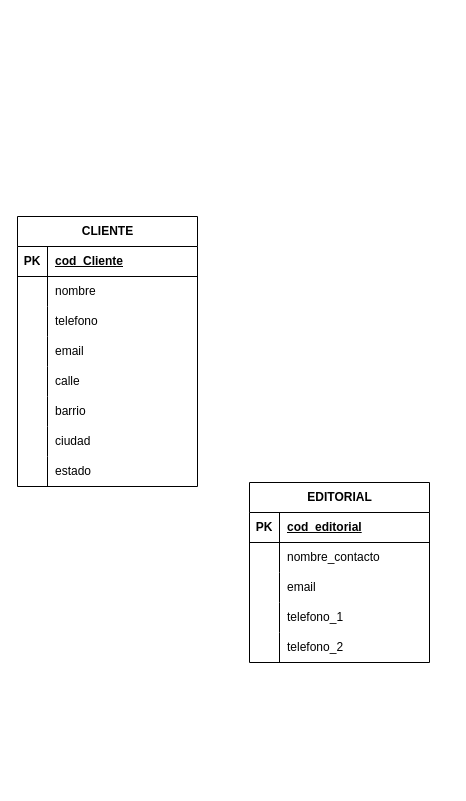
The draw.io diagram modelo logico.drawio in lucaperez123/CursoAlura, before the edit. Source tidied: cells renumbered, new cells numbered last; positions are measured from the earlier drawing's top-left corner, leaving out a move shared by most shapes. Both pictures are drawn from the tidied source at 100%, with x=0, y=0 at pixel (17, 216).
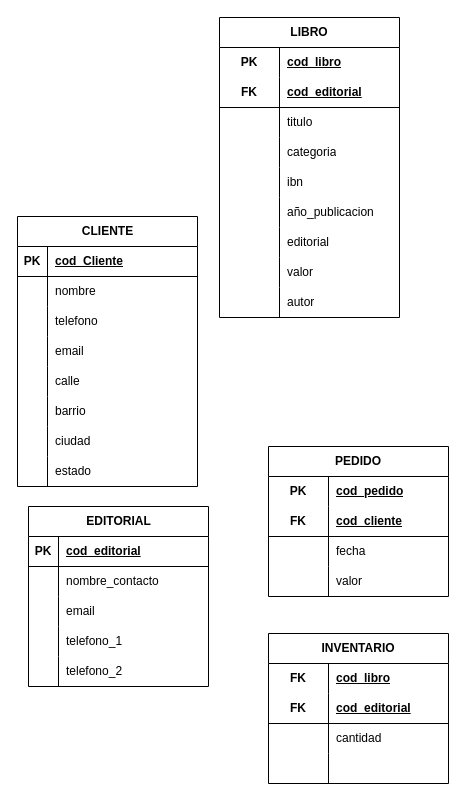
The same diagram, later.

Commit message:
CREAMOS LAS ENTIDADES DEBILES

Diff of the diagram source:
```diff
@@
     <mxCell id="27" value="EDITORIAL" style="shape=table;startSize=30;childLayout=tableLayout;rowLines=0;fontStyle=1;align=center;html=1;" parent="1" vertex="1">
-      <mxGeometry x="232" y="266" width="180" height="180" as="geometry" />
+      <mxGeometry x="11" y="290" width="180" height="180" as="geometry" />
     </mxCell>
@@
+    <mxCell id="43" value="PEDIDO" style="shape=table;startSize=30;childLayout=tableLayout;rowLines=0;fontStyle=1;align=center;html=1;whiteSpace=wrap;" parent="1" vertex="1">
+      <mxGeometry x="251" y="230" width="180" height="150" as="geometry" />
+    </mxCell>
+    <mxCell id="44" style="shape=tableRow;horizontal=0;startSize=0;swimlaneHead=0;swimlaneBody=0;fillColor=none;top=0;left=0;right=0;bottom=0;html=1;" parent="43" vertex="1">
+      <mxGeometry y="30" width="180" height="30" as="geometry" />
+    </mxCell>
+    <mxCell id="45" value="PK" style="shape=partialRectangle;fillColor=none;top=0;left=0;bottom=0;right=0;fontStyle=1;overflow=hidden;html=1;whiteSpace=wrap;" parent="44" vertex="1">
+      <mxGeometry width="60" height="30" as="geometry" />
+    </mxCell>
+    <mxCell id="46" value="cod_pedido" style="shape=partialRectangle;fillColor=none;top=0;left=0;bottom=0;right=0;align=left;spacingLeft=6;fontStyle=5;overflow=hidden;html=1;whiteSpace=wrap;" parent="44" vertex="1">
+      <mxGeometry x="60" width="120" height="30" as="geometry" />
+    </mxCell>
+    <mxCell id="47" style="shape=tableRow;horizontal=0;startSize=0;swimlaneHead=0;swimlaneBody=0;fillColor=none;top=0;left=0;right=0;bottom=1;html=1;" parent="43" vertex="1">
+      <mxGeometry y="60" width="180" height="30" as="geometry" />
+    </mxCell>
+    <mxCell id="48" value="FK" style="shape=partialRectangle;fillColor=none;top=0;left=0;bottom=0;right=0;fontStyle=1;overflow=hidden;html=1;whiteSpace=wrap;" parent="47" vertex="1">
+      <mxGeometry width="60" height="30" as="geometry" />
+    </mxCell>
+    <mxCell id="49" value="cod_cliente" style="shape=partialRectangle;fillColor=none;top=0;left=0;bottom=0;right=0;align=left;spacingLeft=6;fontStyle=5;overflow=hidden;html=1;whiteSpace=wrap;" parent="47" vertex="1">
+      <mxGeometry x="60" width="120" height="30" as="geometry" />
+    </mxCell>
+    <mxCell id="50" style="shape=tableRow;horizontal=0;startSize=0;swimlaneHead=0;swimlaneBody=0;fillColor=none;top=0;left=0;right=0;bottom=0;html=1;" parent="43" vertex="1">
+      <mxGeometry y="90" width="180" height="30" as="geometry" />
+    </mxCell>
+    <mxCell id="51" style="shape=partialRectangle;fillColor=none;top=0;left=0;bottom=0;right=0;overflow=hidden;html=1;whiteSpace=wrap;" parent="50" vertex="1">
+      <mxGeometry width="60" height="30" as="geometry" />
+    </mxCell>
+    <mxCell id="52" value="fecha&amp;nbsp;" style="shape=partialRectangle;fillColor=none;top=0;left=0;bottom=0;right=0;align=left;spacingLeft=6;overflow=hidden;html=1;whiteSpace=wrap;" parent="50" vertex="1">
+      <mxGeometry x="60" width="120" height="30" as="geometry" />
+    </mxCell>
+    <mxCell id="53" style="shape=tableRow;horizontal=0;startSize=0;swimlaneHead=0;swimlaneBody=0;fillColor=none;top=0;left=0;right=0;bottom=0;html=1;" parent="43" vertex="1">
+      <mxGeometry y="120" width="180" height="30" as="geometry" />
+    </mxCell>
+    <mxCell id="54" style="shape=partialRectangle;fillColor=none;top=0;left=0;bottom=0;right=0;overflow=hidden;html=1;whiteSpace=wrap;" parent="53" vertex="1">
+      <mxGeometry width="60" height="30" as="geometry" />
+    </mxCell>
+    <mxCell id="55" value="valor" style="shape=partialRectangle;fillColor=none;top=0;left=0;bottom=0;right=0;align=left;spacingLeft=6;overflow=hidden;html=1;whiteSpace=wrap;" parent="53" vertex="1">
+      <mxGeometry x="60" width="120" height="30" as="geometry" />
+    </mxCell>
+    <mxCell id="56" value="LIBRO" style="shape=table;startSize=30;childLayout=tableLayout;rowLines=0;fontStyle=1;align=center;html=1;whiteSpace=wrap;" parent="1" vertex="1">
+      <mxGeometry x="202" y="-199" width="180" height="300" as="geometry" />
+    </mxCell>
+    <mxCell id="57" style="shape=tableRow;horizontal=0;startSize=0;swimlaneHead=0;swimlaneBody=0;fillColor=none;top=0;left=0;right=0;bottom=0;html=1;" parent="56" vertex="1">
+      <mxGeometry y="30" width="180" height="30" as="geometry" />
+    </mxCell>
+    <mxCell id="58" value="PK" style="shape=partialRectangle;fillColor=none;top=0;left=0;bottom=0;right=0;fontStyle=1;overflow=hidden;html=1;whiteSpace=wrap;" parent="57" vertex="1">
+      <mxGeometry width="60" height="30" as="geometry" />
+    </mxCell>
+    <mxCell id="59" value="cod_libro" style="shape=partialRectangle;fillColor=none;top=0;left=0;bottom=0;right=0;align=left;spacingLeft=6;fontStyle=5;overflow=hidden;html=1;whiteSpace=wrap;" parent="57" vertex="1">
+      <mxGeometry x="60" width="120" height="30" as="geometry" />
+    </mxCell>
+    <mxCell id="60" style="shape=tableRow;horizontal=0;startSize=0;swimlaneHead=0;swimlaneBody=0;fillColor=none;top=0;left=0;right=0;bottom=1;html=1;" parent="56" vertex="1">
+      <mxGeometry y="60" width="180" height="30" as="geometry" />
+    </mxCell>
+    <mxCell id="61" value="FK" style="shape=partialRectangle;fillColor=none;top=0;left=0;bottom=0;right=0;fontStyle=1;overflow=hidden;html=1;whiteSpace=wrap;" parent="60" vertex="1">
+      <mxGeometry width="60" height="30" as="geometry" />
+    </mxCell>
+    <mxCell id="62" value="cod_editorial" style="shape=partialRectangle;fillColor=none;top=0;left=0;bottom=0;right=0;align=left;spacingLeft=6;fontStyle=5;overflow=hidden;html=1;whiteSpace=wrap;" parent="60" vertex="1">
+      <mxGeometry x="60" width="120" height="30" as="geometry" />
+    </mxCell>
+    <mxCell id="63" style="shape=tableRow;horizontal=0;startSize=0;swimlaneHead=0;swimlaneBody=0;fillColor=none;top=0;left=0;right=0;bottom=0;html=1;" parent="56" vertex="1">
+      <mxGeometry y="90" width="180" height="30" as="geometry" />
+    </mxCell>
+    <mxCell id="64" style="shape=partialRectangle;fillColor=none;top=0;left=0;bottom=0;right=0;overflow=hidden;html=1;whiteSpace=wrap;" parent="63" vertex="1">
+      <mxGeometry width="60" height="30" as="geometry" />
+    </mxCell>
+    <mxCell id="65" value="titulo&lt;span style=&quot;white-space: pre;&quot;&gt;&#9;&lt;/span&gt;&lt;span style=&quot;white-space: pre;&quot;&gt;&#9;&lt;/span&gt;" style="shape=partialRectangle;fillColor=none;top=0;left=0;bottom=0;right=0;align=left;spacingLeft=6;overflow=hidden;html=1;whiteSpace=wrap;" parent="63" vertex="1">
+      <mxGeometry x="60" width="120" height="30" as="geometry" />
+    </mxCell>
+    <mxCell id="66" style="shape=tableRow;horizontal=0;startSize=0;swimlaneHead=0;swimlaneBody=0;fillColor=none;top=0;left=0;right=0;bottom=0;html=1;" parent="56" vertex="1">
+      <mxGeometry y="120" width="180" height="30" as="geometry" />
+    </mxCell>
+    <mxCell id="67" style="shape=partialRectangle;fillColor=none;top=0;left=0;bottom=0;right=0;overflow=hidden;html=1;whiteSpace=wrap;" parent="66" vertex="1">
+      <mxGeometry width="60" height="30" as="geometry" />
+    </mxCell>
+    <mxCell id="68" value="categoria" style="shape=partialRectangle;fillColor=none;top=0;left=0;bottom=0;right=0;align=left;spacingLeft=6;overflow=hidden;html=1;whiteSpace=wrap;" parent="66" vertex="1">
+      <mxGeometry x="60" width="120" height="30" as="geometry" />
+    </mxCell>
+    <mxCell id="69" style="shape=tableRow;horizontal=0;startSize=0;swimlaneHead=0;swimlaneBody=0;fillColor=none;top=0;left=0;right=0;bottom=0;html=1;" parent="56" vertex="1">
+      <mxGeometry y="150" width="180" height="30" as="geometry" />
+    </mxCell>
+    <mxCell id="70" style="shape=partialRectangle;fillColor=none;top=0;left=0;bottom=0;right=0;overflow=hidden;html=1;whiteSpace=wrap;" parent="69" vertex="1">
+      <mxGeometry width="60" height="30" as="geometry" />
+    </mxCell>
+    <mxCell id="71" value="ibn" style="shape=partialRectangle;fillColor=none;top=0;left=0;bottom=0;right=0;align=left;spacingLeft=6;overflow=hidden;html=1;whiteSpace=wrap;" parent="69" vertex="1">
+      <mxGeometry x="60" width="120" height="30" as="geometry" />
+    </mxCell>
+    <mxCell id="72" style="shape=tableRow;horizontal=0;startSize=0;swimlaneHead=0;swimlaneBody=0;fillColor=none;top=0;left=0;right=0;bottom=0;html=1;" parent="56" vertex="1">
+      <mxGeometry y="180" width="180" height="30" as="geometry" />
+    </mxCell>
+    <mxCell id="73" style="shape=partialRectangle;fillColor=none;top=0;left=0;bottom=0;right=0;overflow=hidden;html=1;whiteSpace=wrap;" parent="72" vertex="1">
+      <mxGeometry width="60" height="30" as="geometry" />
+    </mxCell>
+    <mxCell id="74" value="año_publicacion" style="shape=partialRectangle;fillColor=none;top=0;left=0;bottom=0;right=0;align=left;spacingLeft=6;overflow=hidden;html=1;whiteSpace=wrap;" parent="72" vertex="1">
+      <mxGeometry x="60" width="120" height="30" as="geometry" />
+    </mxCell>
+    <mxCell id="75" style="shape=tableRow;horizontal=0;startSize=0;swimlaneHead=0;swimlaneBody=0;fillColor=none;top=0;left=0;right=0;bottom=0;html=1;" parent="56" vertex="1">
+      <mxGeometry y="210" width="180" height="30" as="geometry" />
+    </mxCell>
+    <mxCell id="76" style="shape=partialRectangle;fillColor=none;top=0;left=0;bottom=0;right=0;overflow=hidden;html=1;whiteSpace=wrap;" parent="75" vertex="1">
+      <mxGeometry width="60" height="30" as="geometry" />
+    </mxCell>
+    <mxCell id="77" value="editorial" style="shape=partialRectangle;fillColor=none;top=0;left=0;bottom=0;right=0;align=left;spacingLeft=6;overflow=hidden;html=1;whiteSpace=wrap;" parent="75" vertex="1">
+      <mxGeometry x="60" width="120" height="30" as="geometry" />
+    </mxCell>
+    <mxCell id="78" style="shape=tableRow;horizontal=0;startSize=0;swimlaneHead=0;swimlaneBody=0;fillColor=none;top=0;left=0;right=0;bottom=0;html=1;" parent="56" vertex="1">
+      <mxGeometry y="240" width="180" height="30" as="geometry" />
+    </mxCell>
+    <mxCell id="79" style="shape=partialRectangle;fillColor=none;top=0;left=0;bottom=0;right=0;overflow=hidden;html=1;whiteSpace=wrap;" parent="78" vertex="1">
+      <mxGeometry width="60" height="30" as="geometry" />
+    </mxCell>
+    <mxCell id="80" value="valor" style="shape=partialRectangle;fillColor=none;top=0;left=0;bottom=0;right=0;align=left;spacingLeft=6;overflow=hidden;html=1;whiteSpace=wrap;" parent="78" vertex="1">
+      <mxGeometry x="60" width="120" height="30" as="geometry" />
+    </mxCell>
+    <mxCell id="81" style="shape=tableRow;horizontal=0;startSize=0;swimlaneHead=0;swimlaneBody=0;fillColor=none;top=0;left=0;right=0;bottom=0;html=1;" parent="56" vertex="1">
+      <mxGeometry y="270" width="180" height="30" as="geometry" />
+    </mxCell>
+    <mxCell id="82" style="shape=partialRectangle;fillColor=none;top=0;left=0;bottom=0;right=0;overflow=hidden;html=1;whiteSpace=wrap;" parent="81" vertex="1">
+      <mxGeometry width="60" height="30" as="geometry" />
+    </mxCell>
+    <mxCell id="83" value="autor" style="shape=partialRectangle;fillColor=none;top=0;left=0;bottom=0;right=0;align=left;spacingLeft=6;overflow=hidden;html=1;whiteSpace=wrap;" parent="81" vertex="1">
+      <mxGeometry x="60" width="120" height="30" as="geometry" />
+    </mxCell>
+    <mxCell id="84" value="INVENTARIO" style="shape=table;startSize=30;childLayout=tableLayout;rowLines=0;fontStyle=1;align=center;html=1;whiteSpace=wrap;" parent="1" vertex="1">
+      <mxGeometry x="251" y="417" width="180" height="150" as="geometry" />
+    </mxCell>
+    <mxCell id="85" style="shape=tableRow;horizontal=0;startSize=0;swimlaneHead=0;swimlaneBody=0;fillColor=none;top=0;left=0;right=0;bottom=0;html=1;" parent="84" vertex="1">
+      <mxGeometry y="30" width="180" height="30" as="geometry" />
+    </mxCell>
+    <mxCell id="86" value="FK" style="shape=partialRectangle;fillColor=none;top=0;left=0;bottom=0;right=0;fontStyle=1;overflow=hidden;html=1;whiteSpace=wrap;" parent="85" vertex="1">
+      <mxGeometry width="60" height="30" as="geometry" />
+    </mxCell>
+    <mxCell id="87" value="cod_libro" style="shape=partialRectangle;fillColor=none;top=0;left=0;bottom=0;right=0;align=left;spacingLeft=6;fontStyle=5;overflow=hidden;html=1;whiteSpace=wrap;" parent="85" vertex="1">
+      <mxGeometry x="60" width="120" height="30" as="geometry" />
+    </mxCell>
+    <mxCell id="88" style="shape=tableRow;horizontal=0;startSize=0;swimlaneHead=0;swimlaneBody=0;fillColor=none;top=0;left=0;right=0;bottom=1;html=1;" parent="84" vertex="1">
+      <mxGeometry y="60" width="180" height="30" as="geometry" />
+    </mxCell>
+    <mxCell id="89" value="FK" style="shape=partialRectangle;fillColor=none;top=0;left=0;bottom=0;right=0;fontStyle=1;overflow=hidden;html=1;whiteSpace=wrap;" parent="88" vertex="1">
+      <mxGeometry width="60" height="30" as="geometry" />
+    </mxCell>
+    <mxCell id="90" value="cod_editorial" style="shape=partialRectangle;fillColor=none;top=0;left=0;bottom=0;right=0;align=left;spacingLeft=6;fontStyle=5;overflow=hidden;html=1;whiteSpace=wrap;" parent="88" vertex="1">
+      <mxGeometry x="60" width="120" height="30" as="geometry" />
+    </mxCell>
+    <mxCell id="91" style="shape=tableRow;horizontal=0;startSize=0;swimlaneHead=0;swimlaneBody=0;fillColor=none;top=0;left=0;right=0;bottom=0;html=1;" parent="84" vertex="1">
+      <mxGeometry y="90" width="180" height="30" as="geometry" />
+    </mxCell>
+    <mxCell id="92" style="shape=partialRectangle;fillColor=none;top=0;left=0;bottom=0;right=0;overflow=hidden;html=1;whiteSpace=wrap;" parent="91" vertex="1">
+      <mxGeometry width="60" height="30" as="geometry" />
+    </mxCell>
+    <mxCell id="93" value="cantidad" style="shape=partialRectangle;fillColor=none;top=0;left=0;bottom=0;right=0;align=left;spacingLeft=6;overflow=hidden;html=1;whiteSpace=wrap;" parent="91" vertex="1">
+      <mxGeometry x="60" width="120" height="30" as="geometry" />
+    </mxCell>
+    <mxCell id="94" style="shape=tableRow;horizontal=0;startSize=0;swimlaneHead=0;swimlaneBody=0;fillColor=none;top=0;left=0;right=0;bottom=0;html=1;" parent="84" vertex="1">
+      <mxGeometry y="120" width="180" height="30" as="geometry" />
+    </mxCell>
+    <mxCell id="95" style="shape=partialRectangle;fillColor=none;top=0;left=0;bottom=0;right=0;overflow=hidden;html=1;whiteSpace=wrap;" parent="94" vertex="1">
+      <mxGeometry width="60" height="30" as="geometry" />
+    </mxCell>
+    <mxCell id="96" style="shape=partialRectangle;fillColor=none;top=0;left=0;bottom=0;right=0;align=left;spacingLeft=6;overflow=hidden;html=1;whiteSpace=wrap;" parent="94" vertex="1">
+      <mxGeometry x="60" width="120" height="30" as="geometry" />
+    </mxCell>
```
